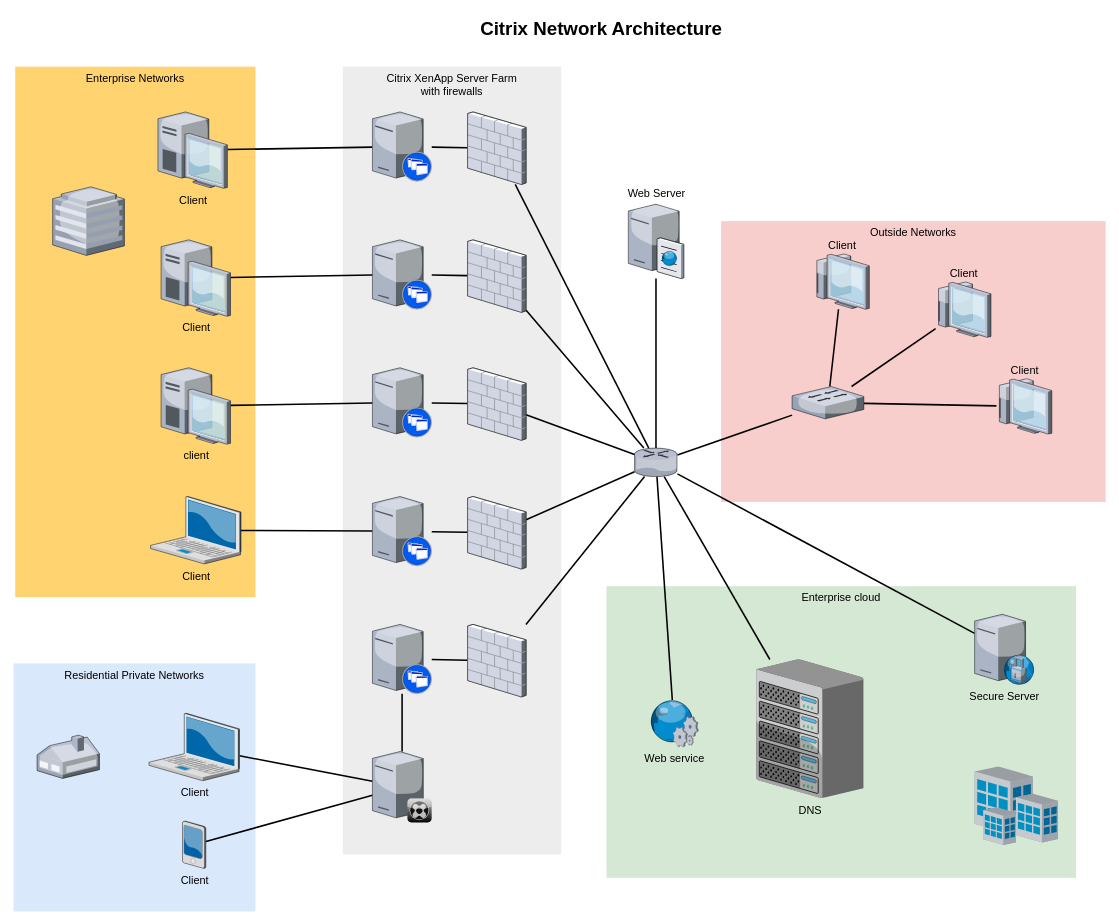
Earlier version of the draw.io diagram Untitled Diagram.drawio (solopromiguel/InclubTest). Source tidied: cells renumbered, new cells numbered last; positions are measured from the earlier drawing's top-left corner, leaving out a move shared by most shapes. Both pictures are drawn from the tidied source at 78%, with x=0, y=0 at pixel (13, 13). Pictures stored in the file or linked from it are replaced by grey dashed boxes.
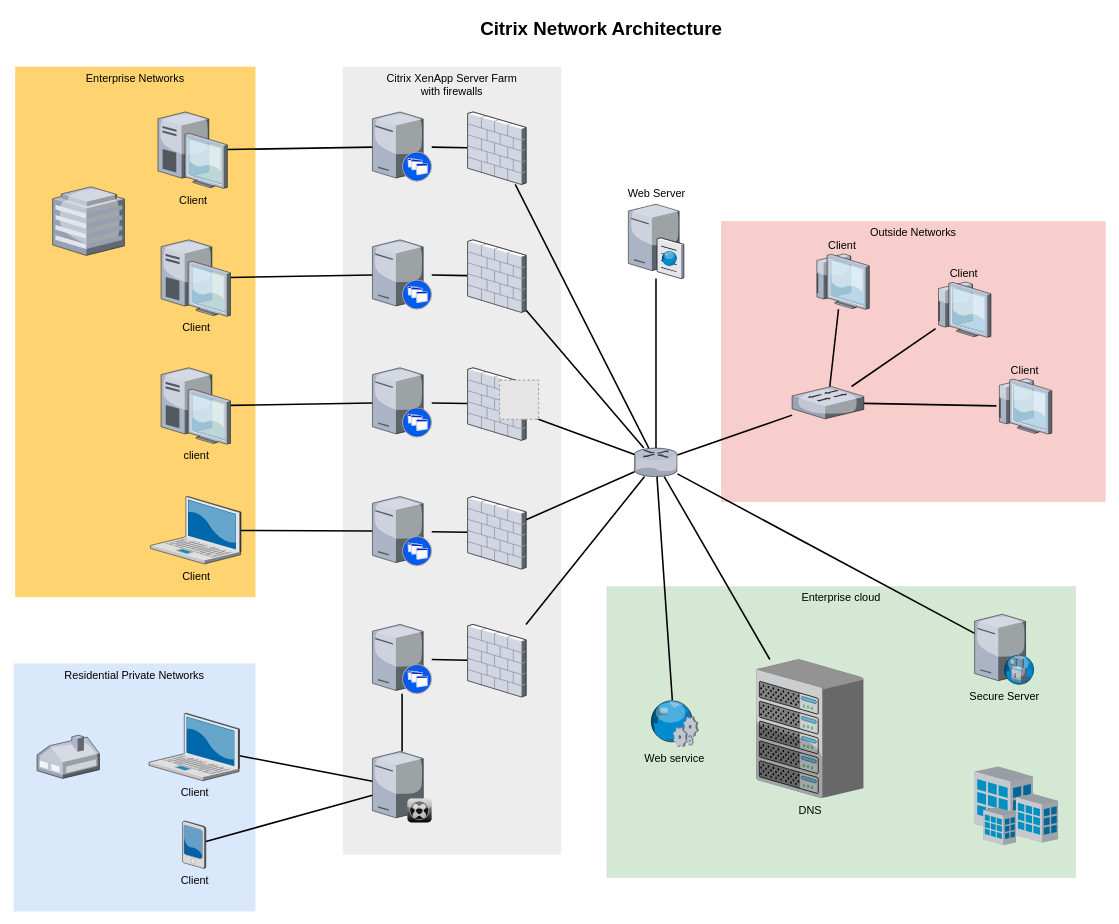
The same diagram, later.

Diff of the diagram source:
```diff
@@
+    <mxCell id="62" style="fillColor=#E6E6E6;strokeColor=#999999;dashed=1;verticalLabelPosition=bottom;verticalAlign=top;" parent="1" vertex="1">
+      <mxGeometry x="623" y="470" width="50" height="50" as="geometry" />
+    </mxCell>
+    <mxCell id="63" style="fillColor=#E6E6E6;strokeColor=#999999;dashed=1;verticalLabelPosition=bottom;verticalAlign=top;" parent="1" vertex="1">
+      <mxGeometry x="623" y="470" width="50" height="50" as="geometry" />
+    </mxCell>
```
